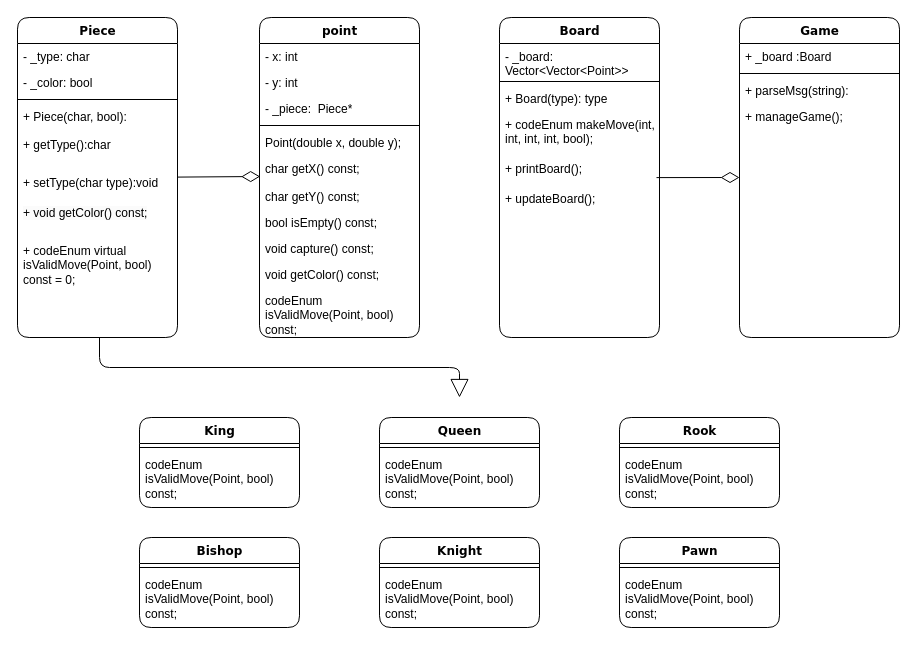
Above: chessProjectDiagram.drawio in roee148/ChessTeam6 (draw.io), before the change. Source tidied: cells renumbered, new cells numbered last; positions are measured from the earlier drawing's top-left corner, leaving out a move shared by most shapes. Both pictures are drawn from the tidied source at 100%, with x=0, y=0 at pixel (17, 17).
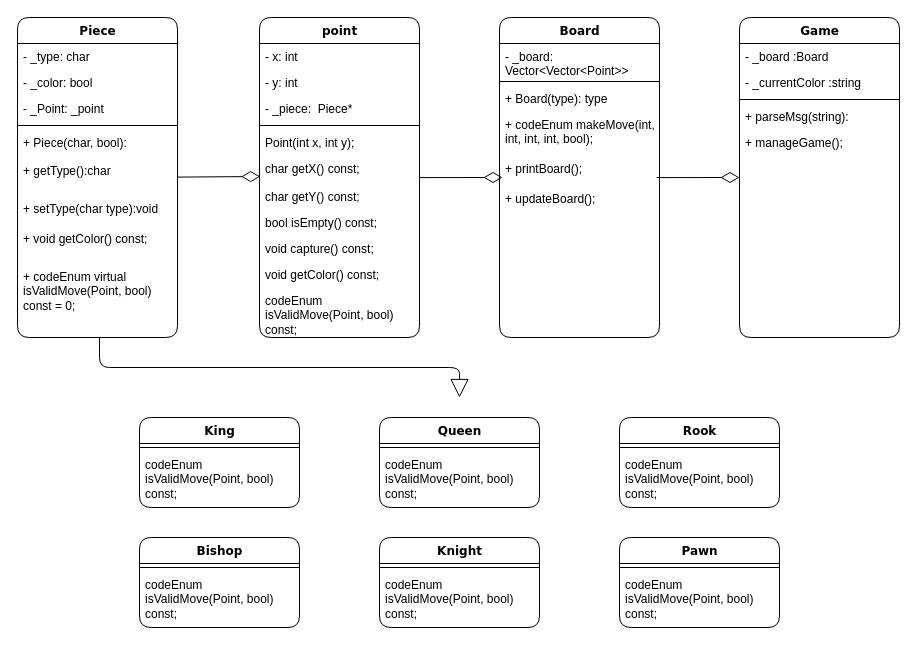
The same page after the edit.

The change refers to these unchanged cells:
```xml
<mxCell id="2" value="Piece" style="swimlane;html=1;fontStyle=1;align=center;verticalAlign=top;horizontal=1;startSize=26;swimlaneFillColor=#ffffff;rounded=1;shadow=0;comic=0;labelBackgroundColor=none;strokeWidth=1;fillColor=none;fontFamily=Verdana;fontSize=12;" parent="1" vertex="1">
  <mxGeometry width="160" height="320" as="geometry" />
</mxCell>
<mxCell id="11" value="point" style="swimlane;html=1;fontStyle=1;align=center;verticalAlign=top;horizontal=1;startSize=26;swimlaneFillColor=#ffffff;rounded=1;shadow=0;comic=0;labelBackgroundColor=none;strokeWidth=1;fillColor=none;fontFamily=Verdana;fontSize=12;" parent="1" vertex="1">
  <mxGeometry x="242" width="160" height="320" as="geometry" />
</mxCell>
<mxCell id="33" value="Game" style="swimlane;html=1;fontStyle=1;align=center;verticalAlign=top;horizontal=1;startSize=26;swimlaneFillColor=#ffffff;rounded=1;shadow=0;comic=0;labelBackgroundColor=none;strokeWidth=1;fillColor=none;fontFamily=Verdana;fontSize=12;" parent="1" vertex="1">
  <mxGeometry x="722" width="160" height="320" as="geometry" />
</mxCell>
```

Change to the diagram source:
```diff
@@
+    <mxCell id="56" value="- _color: bool&amp;nbsp;" style="text;html=1;strokeColor=none;fillColor=none;align=left;verticalAlign=top;spacingLeft=4;spacingRight=4;whiteSpace=wrap;overflow=hidden;labelBackgroundColor=none;rounded=1;" parent="2" vertex="1">
+      <mxGeometry y="52" width="160" height="26" as="geometry" />
+    </mxCell>
-    <mxCell id="4" value="- _color: bool&amp;nbsp;" style="text;html=1;strokeColor=none;fillColor=none;align=left;verticalAlign=top;spacingLeft=4;spacingRight=4;whiteSpace=wrap;overflow=hidden;labelBackgroundColor=none;rounded=1;" parent="2" vertex="1">
-      <mxGeometry y="52" width="160" height="26" as="geometry" />
+    <mxCell id="4" value="- _Point: _point&amp;nbsp;" style="text;html=1;strokeColor=none;fillColor=none;align=left;verticalAlign=top;spacingLeft=4;spacingRight=4;whiteSpace=wrap;overflow=hidden;labelBackgroundColor=none;rounded=1;" parent="2" vertex="1">
+      <mxGeometry y="78" width="160" height="26" as="geometry" />
     </mxCell>
     <mxCell id="5" style="line;html=1;strokeWidth=1;fillColor=none;align=left;verticalAlign=middle;spacingTop=-1;spacingLeft=3;spacingRight=3;labelPosition=right;labelBackgroundColor=none;rounded=1;" parent="2" vertex="1">
-      <mxGeometry y="78" width="160" height="8" as="geometry" />
+      <mxGeometry y="104" width="160" height="8" as="geometry" />
     </mxCell>
     <mxCell id="6" value="+ Piece(char, bool):" style="text;html=1;strokeColor=none;fillColor=none;align=left;verticalAlign=top;spacingLeft=4;spacingRight=4;whiteSpace=wrap;overflow=hidden;labelBackgroundColor=none;rounded=1;" parent="2" vertex="1">
-      <mxGeometry y="86" width="160" height="28" as="geometry" />
+      <mxGeometry y="112" width="160" height="28" as="geometry" />
     </mxCell>
     <mxCell id="7" value="+ getType():char" style="text;html=1;strokeColor=none;fillColor=none;align=left;verticalAlign=top;spacingLeft=4;spacingRight=4;whiteSpace=wrap;overflow=hidden;labelBackgroundColor=none;rounded=1;" parent="2" vertex="1">
-      <mxGeometry y="114" width="160" height="38" as="geometry" />
+      <mxGeometry y="140" width="160" height="38" as="geometry" />
     </mxCell>
     <mxCell id="8" value="+ setType(char type):void" style="text;html=1;strokeColor=none;fillColor=none;align=left;verticalAlign=top;spacingLeft=4;spacingRight=4;whiteSpace=wrap;overflow=hidden;labelBackgroundColor=none;rounded=1;" parent="2" vertex="1">
-      <mxGeometry y="152" width="160" height="30" as="geometry" />
+      <mxGeometry y="178" width="160" height="30" as="geometry" />
     </mxCell>
     <mxCell id="9" value="&lt;span style=&quot;color: rgb(0, 0, 0); font-family: Helvetica; font-size: 12px; font-style: normal; font-variant-ligatures: normal; font-variant-caps: normal; font-weight: 400; letter-spacing: normal; orphans: 2; text-align: left; text-indent: 0px; text-transform: none; widows: 2; word-spacing: 0px; -webkit-text-stroke-width: 0px; white-space: normal; background-color: rgb(251, 251, 251); text-decoration-thickness: initial; text-decoration-style: initial; text-decoration-color: initial; display: inline !important; float: none;&quot;&gt;+ void getColor() const;&lt;/span&gt;&lt;div&gt;&lt;br&gt;&lt;/div&gt;" style="text;html=1;strokeColor=none;fillColor=none;align=left;verticalAlign=top;spacingLeft=4;spacingRight=4;whiteSpace=wrap;overflow=hidden;labelBackgroundColor=none;rounded=1;" parent="2" vertex="1">
-      <mxGeometry y="182" width="160" height="38" as="geometry" />
+      <mxGeometry y="208" width="160" height="38" as="geometry" />
     </mxCell>
     <mxCell id="10" value="&lt;span style=&quot;white-space: normal;&quot;&gt;+ codeEnum virtual isValidMove(Point, bool) const = 0;&lt;/span&gt;" style="text;html=1;strokeColor=none;fillColor=none;align=left;verticalAlign=top;spacingLeft=4;spacingRight=4;whiteSpace=wrap;overflow=hidden;labelBackgroundColor=none;rounded=1;" parent="2" vertex="1">
-      <mxGeometry y="220" width="160" height="50" as="geometry" />
+      <mxGeometry y="246" width="160" height="50" as="geometry" />
     </mxCell>
@@
-    <mxCell id="16" value="Point(double x, double y);" style="text;html=1;strokeColor=none;fillColor=none;align=left;verticalAlign=top;spacingLeft=4;spacingRight=4;whiteSpace=wrap;overflow=hidden;labelBackgroundColor=none;rounded=1;" parent="11" vertex="1">
+    <mxCell id="16" value="Point(int x, int y);" style="text;html=1;strokeColor=none;fillColor=none;align=left;verticalAlign=top;spacingLeft=4;spacingRight=4;whiteSpace=wrap;overflow=hidden;labelBackgroundColor=none;rounded=1;" parent="11" vertex="1">
       <mxGeometry y="112" width="160" height="26" as="geometry" />
     </mxCell>
@@
-    <mxCell id="34" value="+ _board :Board" style="text;html=1;strokeColor=none;fillColor=none;align=left;verticalAlign=top;spacingLeft=4;spacingRight=4;whiteSpace=wrap;overflow=hidden;labelBackgroundColor=none;rounded=1;" parent="33" vertex="1">
+    <mxCell id="34" value="- _board :Board" style="text;html=1;strokeColor=none;fillColor=none;align=left;verticalAlign=top;spacingLeft=4;spacingRight=4;whiteSpace=wrap;overflow=hidden;labelBackgroundColor=none;rounded=1;" parent="33" vertex="1">
       <mxGeometry y="26" width="160" height="26" as="geometry" />
     </mxCell>
+    <mxCell id="57" value="- _currentColor :string" style="text;html=1;strokeColor=none;fillColor=none;align=left;verticalAlign=top;spacingLeft=4;spacingRight=4;whiteSpace=wrap;overflow=hidden;labelBackgroundColor=none;rounded=1;" parent="33" vertex="1">
+      <mxGeometry y="52" width="160" height="26" as="geometry" />
+    </mxCell>
     <mxCell id="35" style="line;html=1;strokeWidth=1;fillColor=none;align=left;verticalAlign=middle;spacingTop=-1;spacingLeft=3;spacingRight=3;labelPosition=right;labelBackgroundColor=none;rounded=1;" parent="33" vertex="1">
-      <mxGeometry y="52" width="160" height="8" as="geometry" />
+      <mxGeometry y="78" width="160" height="8" as="geometry" />
     </mxCell>
     <mxCell id="36" value="+ parseMsg(string):&amp;nbsp;" style="text;html=1;strokeColor=none;fillColor=none;align=left;verticalAlign=top;spacingLeft=4;spacingRight=4;whiteSpace=wrap;overflow=hidden;labelBackgroundColor=none;rounded=1;" parent="33" vertex="1">
-      <mxGeometry y="60" width="160" height="26" as="geometry" />
+      <mxGeometry y="86" width="160" height="26" as="geometry" />
     </mxCell>
     <mxCell id="37" value="+ manageGame();" style="text;html=1;strokeColor=none;fillColor=none;align=left;verticalAlign=top;spacingLeft=4;spacingRight=4;whiteSpace=wrap;overflow=hidden;labelBackgroundColor=none;rounded=1;" parent="33" vertex="1">
-      <mxGeometry y="86" width="160" height="26" as="geometry" />
+      <mxGeometry y="112" width="160" height="26" as="geometry" />
     </mxCell>
@@
+    <mxCell id="58" style="edgeStyle=elbowEdgeStyle;html=1;labelBackgroundColor=none;startFill=0;startSize=8;endArrow=diamondThin;endFill=0;endSize=16;fontFamily=Verdana;fontSize=12;elbow=vertical;entryX=0.004;entryY=0.748;entryDx=0;entryDy=0;entryPerimeter=0;fontColor=default;rounded=1;" parent="1" edge="1">
+      <mxGeometry relative="1" as="geometry">
+        <mxPoint x="402" y="160.1" as="sourcePoint" />
+        <mxPoint x="485" y="159.5" as="targetPoint" />
+      </mxGeometry>
+    </mxCell>
```
